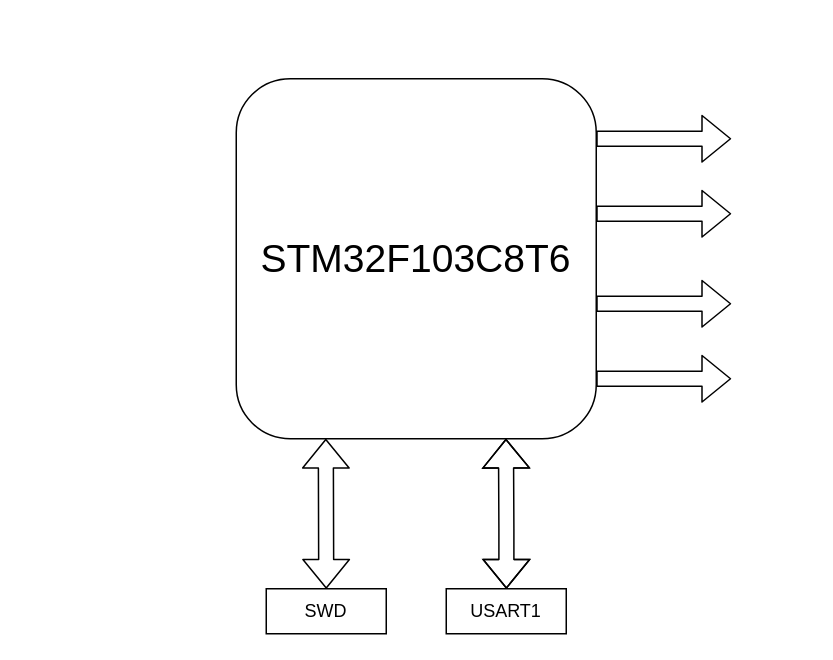
This is Untitled Diagram.drawio from DusKing1/draw.io, a draw.io file, before an edit. Source tidied: cells renumbered, new cells numbered last; positions are measured from the earlier drawing's top-left corner, leaving out a move shared by most shapes. Both pictures are drawn from the tidied source at 150%, with x=0, y=0 at pixel (236, 78).
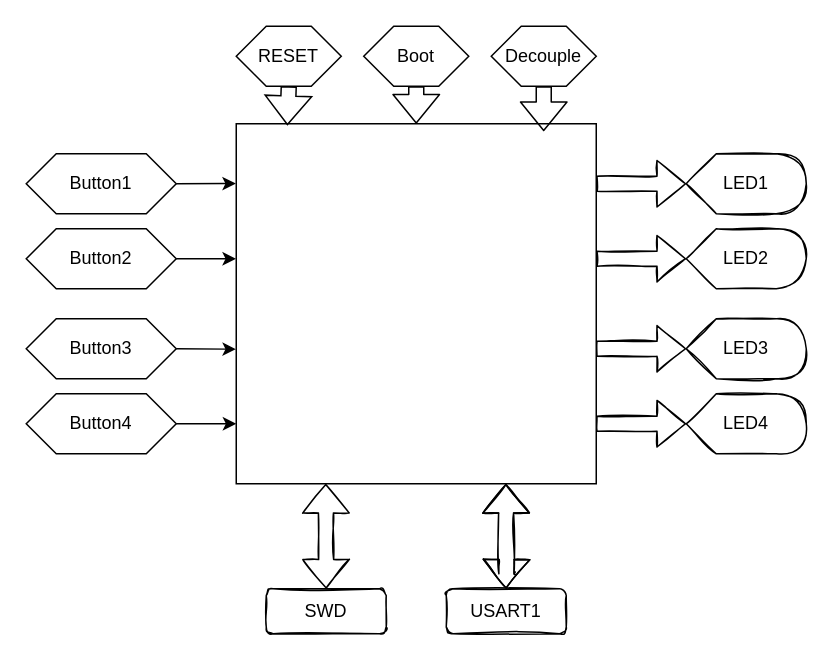
The same page after the edit.

The edit, as a diff of the source:
```diff
@@
-    <mxCell id="2" value="&lt;font style=&quot;font-size: 26px&quot;&gt;STM32F103C8T6&lt;/font&gt;" style="rounded=1;whiteSpace=wrap;html=1;" parent="1" vertex="1">
-      <mxGeometry width="240" height="240" as="geometry" />
-    </mxCell>
-    <mxCell id="3" value="SWD" style="rounded=0;whiteSpace=wrap;html=1;" parent="1" vertex="1">
+    <mxCell id="3" value="SWD" style="whiteSpace=wrap;html=1;sketch=1;rounded=1;" parent="1" vertex="1">
       <mxGeometry x="20" y="340" width="80" height="30" as="geometry" />
     </mxCell>
-    <mxCell id="4" style="shape=flexArrow;endArrow=classic;startArrow=classic;html=1;exitX=0.5;exitY=0;exitDx=0;exitDy=0;" parent="1" edge="1" source="3">
+    <mxCell id="4" style="shape=flexArrow;endArrow=classic;startArrow=classic;html=1;exitX=0.5;exitY=0;exitDx=0;exitDy=0;sketch=1;curved=1;" parent="1" edge="1" source="3">
       <mxGeometry relative="1" as="geometry">
-        <mxPoint x="59.7" y="240" as="targetPoint" />
+        <mxPoint x="59.7" y="270" as="targetPoint" />
       </mxGeometry>
     </mxCell>
-    <mxCell id="5" style="shape=flexArrow;endArrow=classic;startArrow=classic;html=1;exitX=0.5;exitY=0;exitDx=0;exitDy=0;" parent="1" edge="1">
+    <mxCell id="5" style="shape=flexArrow;endArrow=classic;startArrow=classic;html=1;exitX=0.5;exitY=0;exitDx=0;exitDy=0;sketch=1;curved=1;" parent="1" edge="1" source="10">
       <mxGeometry relative="1" as="geometry">
-        <mxPoint x="180.1" y="340" as="sourcePoint" />
-        <mxPoint x="179.8" y="240" as="targetPoint" />
+        <mxPoint x="179.8" y="270" as="targetPoint" />
         <Array as="points">
-          <mxPoint x="180.1" y="300" />
+          <mxPoint x="180.1" y="330" />
         </Array>
       </mxGeometry>
     </mxCell>
-    <mxCell id="6" style="shape=flexArrow;endArrow=classic;html=1;" parent="1" edge="1">
+    <mxCell id="6" style="shape=flexArrow;endArrow=classic;html=1;sketch=1;curved=1;entryX=0;entryY=0.5;entryDx=0;entryDy=0;entryPerimeter=0;" parent="1" edge="1" target="14">
       <mxGeometry relative="1" as="geometry">
-        <mxPoint x="240" y="40" as="sourcePoint" />
-        <mxPoint x="330" y="40" as="targetPoint" />
+        <mxPoint x="240" y="70" as="sourcePoint" />
       </mxGeometry>
     </mxCell>
-    <mxCell id="7" style="shape=flexArrow;endArrow=classic;html=1;" parent="1" edge="1">
+    <mxCell id="7" style="shape=flexArrow;endArrow=classic;html=1;sketch=1;curved=1;entryX=0;entryY=0.5;entryDx=0;entryDy=0;entryPerimeter=0;" parent="1" edge="1" target="12">
       <mxGeometry relative="1" as="geometry">
-        <mxPoint x="240" y="150" as="sourcePoint" />
-        <mxPoint x="330" y="150" as="targetPoint" />
+        <mxPoint x="240" y="180" as="sourcePoint" />
       </mxGeometry>
     </mxCell>
-    <mxCell id="8" style="shape=flexArrow;endArrow=classic;html=1;" parent="1" edge="1">
+    <mxCell id="8" style="shape=flexArrow;endArrow=classic;html=1;sketch=1;curved=1;entryX=0;entryY=0.5;entryDx=0;entryDy=0;entryPerimeter=0;" parent="1" edge="1" target="11">
       <mxGeometry relative="1" as="geometry">
-        <mxPoint x="240" y="200" as="sourcePoint" />
-        <mxPoint x="330" y="200" as="targetPoint" />
+        <mxPoint x="240" y="230" as="sourcePoint" />
       </mxGeometry>
     </mxCell>
-    <mxCell id="9" style="shape=flexArrow;endArrow=classic;html=1;" parent="1" edge="1">
+    <mxCell id="9" style="shape=flexArrow;endArrow=classic;html=1;sketch=1;curved=1;entryX=0;entryY=0.5;entryDx=0;entryDy=0;entryPerimeter=0;" parent="1" edge="1" target="13">
       <mxGeometry relative="1" as="geometry">
-        <mxPoint x="240" y="90" as="sourcePoint" />
-        <mxPoint x="330" y="90" as="targetPoint" />
+        <mxPoint x="240" y="120" as="sourcePoint" />
       </mxGeometry>
     </mxCell>
-    <mxCell id="10" value="USART1" style="rounded=0;whiteSpace=wrap;html=1;" parent="1" vertex="1">
+    <mxCell id="10" value="USART1" style="whiteSpace=wrap;html=1;sketch=1;rounded=1;" parent="1" vertex="1">
       <mxGeometry x="140" y="340" width="80" height="30" as="geometry" />
     </mxCell>
+    <mxCell id="11" value="LED4" style="shape=display;whiteSpace=wrap;html=1;rounded=1;sketch=1;" parent="1" vertex="1">
+      <mxGeometry x="300" y="210" width="80" height="40" as="geometry" />
+    </mxCell>
+    <mxCell id="12" value="LED3" style="shape=display;whiteSpace=wrap;html=1;rounded=1;sketch=1;" parent="1" vertex="1">
+      <mxGeometry x="300" y="160" width="80" height="40" as="geometry" />
+    </mxCell>
+    <mxCell id="13" value="LED2" style="shape=display;whiteSpace=wrap;html=1;rounded=1;sketch=1;" parent="1" vertex="1">
+      <mxGeometry x="300" y="100" width="80" height="40" as="geometry" />
+    </mxCell>
+    <mxCell id="14" value="LED1" style="shape=display;whiteSpace=wrap;html=1;rounded=1;sketch=1;" parent="1" vertex="1">
+      <mxGeometry x="300" y="50" width="80" height="40" as="geometry" />
+    </mxCell>
+    <mxCell id="15" style="rounded=0;whiteSpace=wrap;html=1;sketch=0;" parent="1" vertex="1">
+      <mxGeometry y="30" width="240" height="240" as="geometry" />
+    </mxCell>
+    <mxCell id="16" value="Button1" style="shape=hexagon;perimeter=hexagonPerimeter2;whiteSpace=wrap;html=1;fixedSize=1;rounded=0;sketch=0;" parent="1" vertex="1">
+      <mxGeometry x="-140" y="50" width="100" height="40" as="geometry" />
+    </mxCell>
+    <mxCell id="17" value="&lt;span&gt;Button2&lt;/span&gt;" style="shape=hexagon;perimeter=hexagonPerimeter2;whiteSpace=wrap;html=1;fixedSize=1;rounded=0;sketch=0;" parent="1" vertex="1">
+      <mxGeometry x="-140" y="100" width="100" height="40" as="geometry" />
+    </mxCell>
+    <mxCell id="18" value="&lt;span&gt;Button3&lt;/span&gt;" style="shape=hexagon;perimeter=hexagonPerimeter2;whiteSpace=wrap;html=1;fixedSize=1;rounded=0;sketch=0;" parent="1" vertex="1">
+      <mxGeometry x="-140" y="160" width="100" height="40" as="geometry" />
+    </mxCell>
+    <mxCell id="19" value="&lt;span&gt;Button4&lt;/span&gt;" style="shape=hexagon;perimeter=hexagonPerimeter2;whiteSpace=wrap;html=1;fixedSize=1;rounded=0;sketch=0;" parent="1" vertex="1">
+      <mxGeometry x="-140" y="210" width="100" height="40" as="geometry" />
+    </mxCell>
+    <mxCell id="20" style="endArrow=classic;html=1;entryX=-0.001;entryY=0.166;entryDx=0;entryDy=0;entryPerimeter=0;exitX=1;exitY=0.5;exitDx=0;exitDy=0;" parent="1" edge="1" source="16" target="15">
+      <mxGeometry relative="1" as="geometry" />
+    </mxCell>
+    <mxCell id="21" style="endArrow=classic;html=1;entryX=-0.001;entryY=0.166;entryDx=0;entryDy=0;entryPerimeter=0;exitX=1;exitY=0.5;exitDx=0;exitDy=0;" parent="1" edge="1" source="17">
+      <mxGeometry relative="1" as="geometry">
+        <mxPoint x="-0.2" y="120" as="targetPoint" />
+      </mxGeometry>
+    </mxCell>
+    <mxCell id="22" style="endArrow=classic;html=1;entryX=-0.001;entryY=0.166;entryDx=0;entryDy=0;entryPerimeter=0;exitX=1;exitY=0.5;exitDx=0;exitDy=0;" parent="1" edge="1" source="18">
+      <mxGeometry relative="1" as="geometry">
+        <mxPoint x="-0.2" y="180.3" as="targetPoint" />
+      </mxGeometry>
+    </mxCell>
+    <mxCell id="23" style="endArrow=classic;html=1;entryX=-0.001;entryY=0.166;entryDx=0;entryDy=0;entryPerimeter=0;exitX=1;exitY=0.5;exitDx=0;exitDy=0;" parent="1" edge="1" source="19">
+      <mxGeometry relative="1" as="geometry">
+        <mxPoint y="230" as="targetPoint" />
+      </mxGeometry>
+    </mxCell>
+    <mxCell id="24" value="RESET" style="shape=hexagon;perimeter=hexagonPerimeter2;whiteSpace=wrap;html=1;fixedSize=1;rounded=0;sketch=0;" parent="1" vertex="1">
+      <mxGeometry y="-35" width="70" height="40" as="geometry" />
+    </mxCell>
+    <mxCell id="25" value="Boot" style="shape=hexagon;perimeter=hexagonPerimeter2;whiteSpace=wrap;html=1;fixedSize=1;rounded=0;sketch=0;" parent="1" vertex="1">
+      <mxGeometry x="85" y="-35" width="70" height="40" as="geometry" />
+    </mxCell>
+    <mxCell id="26" value="Decouple" style="shape=hexagon;perimeter=hexagonPerimeter2;whiteSpace=wrap;html=1;fixedSize=1;rounded=0;sketch=0;" parent="1" vertex="1">
+      <mxGeometry x="170" y="-35" width="70" height="40" as="geometry" />
+    </mxCell>
+    <mxCell id="27" style="shape=flexArrow;endArrow=classic;html=1;exitX=0.5;exitY=1;exitDx=0;exitDy=0;entryX=0.142;entryY=0.004;entryDx=0;entryDy=0;entryPerimeter=0;rounded=0;shadow=0;sketch=0;" parent="1" edge="1" source="24" target="15">
+      <mxGeometry relative="1" as="geometry" />
+    </mxCell>
+    <mxCell id="28" style="shape=flexArrow;endArrow=classic;html=1;shadow=0;exitX=0.5;exitY=1;exitDx=0;exitDy=0;entryX=0.5;entryY=0;entryDx=0;entryDy=0;" parent="1" edge="1" source="25" target="15">
+      <mxGeometry relative="1" as="geometry" />
+    </mxCell>
+    <mxCell id="29" style="shape=flexArrow;endArrow=classic;html=1;shadow=0;exitX=0.5;exitY=1;exitDx=0;exitDy=0;entryX=0.854;entryY=0.021;entryDx=0;entryDy=0;entryPerimeter=0;" parent="1" edge="1" source="26" target="15">
+      <mxGeometry relative="1" as="geometry" />
+    </mxCell>
```
